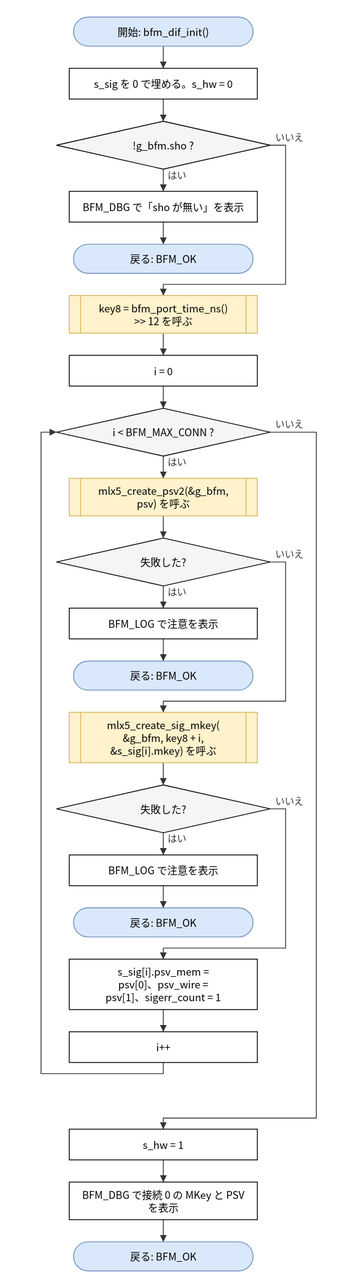
Above: doc/spec/images/flow_src_bfm_dif-bfm_dif_init.drawio.svg in hf355051012-ai/bfmem (draw.io), before the change. Source tidied: cells renumbered, new cells last; positions are measured from the earlier drawing's top-left corner, leaving out a move shared by most shapes.
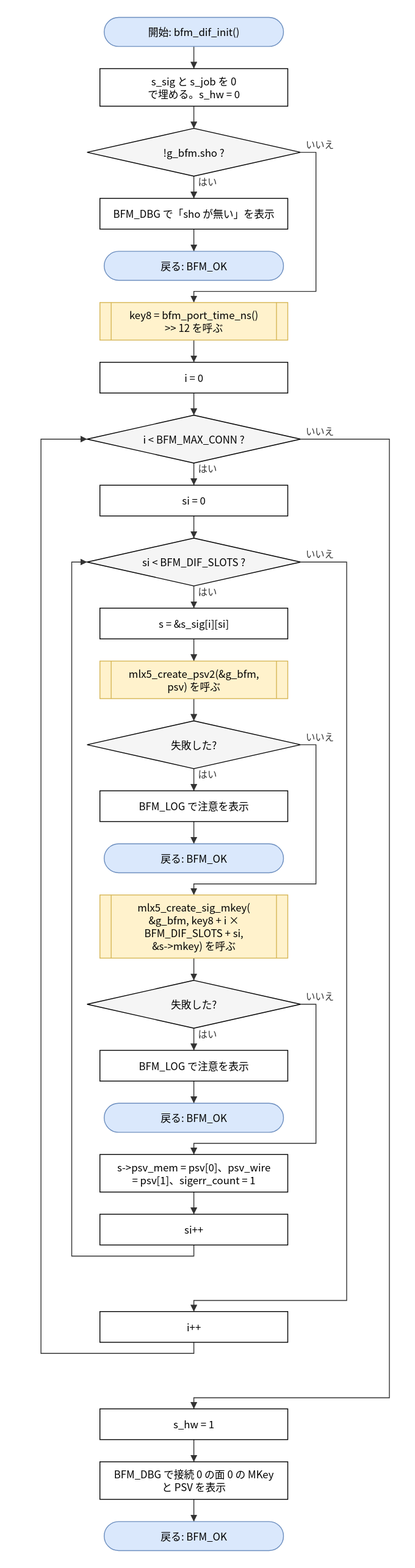
The same file after the commit.

Diff of the diagram source:
```diff
@@ -3,68 +3,80 @@
     <mxCell id="0" />
     <mxCell id="1" parent="0" />
     <mxCell id="2" value="開始: bfm_dif_init()" style="rounded=1;arcSize=50;whiteSpace=wrap;html=1;fillColor=#dae8fc;strokeColor=#6c8ebf;" parent="1" vertex="1">
-      <mxGeometry x="38" width="210" height="34" as="geometry" />
+      <mxGeometry x="74" width="210" height="34" as="geometry" />
     </mxCell>
-    <mxCell id="3" value="s_sig を 0 で埋める。s_hw = 0" style="rounded=0;whiteSpace=wrap;html=1;" parent="1" vertex="1">
-      <mxGeometry x="33" y="60" width="220" height="36" as="geometry" />
+    <mxCell id="3" value="s_sig と s_job を 0&lt;br&gt;で埋める。s_hw = 0" style="rounded=0;whiteSpace=wrap;html=1;" parent="1" vertex="1">
+      <mxGeometry x="69" y="60" width="220" height="44" as="geometry" />
     </mxCell>
     <mxCell id="4" value="!g_bfm.sho ?" style="rhombus;whiteSpace=wrap;html=1;fillColor=#f5f5f5;" parent="1" vertex="1">
-      <mxGeometry x="18" y="122" width="250" height="56" as="geometry" />
+      <mxGeometry x="54" y="130" width="250" height="56" as="geometry" />
     </mxCell>
     <mxCell id="5" value="BFM_DBG で「sho が無い」を表示" style="rounded=0;whiteSpace=wrap;html=1;" parent="1" vertex="1">
-      <mxGeometry x="33" y="204" width="220" height="36" as="geometry" />
+      <mxGeometry x="69" y="212" width="220" height="36" as="geometry" />
     </mxCell>
     <mxCell id="6" value="戻る: BFM_OK" style="rounded=1;arcSize=50;whiteSpace=wrap;html=1;fillColor=#dae8fc;strokeColor=#6c8ebf;" parent="1" vertex="1">
-      <mxGeometry x="38" y="266" width="210" height="34" as="geometry" />
+      <mxGeometry x="74" y="274" width="210" height="34" as="geometry" />
     </mxCell>
     <mxCell id="7" value="key8 = bfm_port_time_ns()&lt;br&gt;&amp;gt;&amp;gt; 12 を呼ぶ" style="shape=process;whiteSpace=wrap;html=1;backgroundOutline=1;size=0.06;fillColor=#fff2cc;strokeColor=#d6b656;" parent="1" vertex="1">
-      <mxGeometry x="33" y="326" width="220" height="44" as="geometry" />
+      <mxGeometry x="69" y="334" width="220" height="44" as="geometry" />
     </mxCell>
     <mxCell id="8" value="i = 0" style="rounded=0;whiteSpace=wrap;html=1;" parent="1" vertex="1">
-      <mxGeometry x="33" y="396" width="220" height="36" as="geometry" />
+      <mxGeometry x="69" y="404" width="220" height="36" as="geometry" />
     </mxCell>
     <mxCell id="9" value="i &amp;lt; BFM_MAX_CONN ?" style="rhombus;whiteSpace=wrap;html=1;fillColor=#f5f5f5;" parent="1" vertex="1">
-      <mxGeometry x="18" y="458" width="250" height="56" as="geometry" />
+      <mxGeometry x="54" y="466" width="250" height="56" as="geometry" />
     </mxCell>
-    <mxCell id="10" value="mlx5_create_psv2(&amp;amp;g_bfm,&lt;br&gt;psv) を呼ぶ" style="shape=process;whiteSpace=wrap;html=1;backgroundOutline=1;size=0.06;fillColor=#fff2cc;strokeColor=#d6b656;" parent="1" vertex="1">
-      <mxGeometry x="33" y="540" width="220" height="44" as="geometry" />
+    <mxCell id="10" value="si = 0" style="rounded=0;whiteSpace=wrap;html=1;" parent="1" vertex="1">
+      <mxGeometry x="69" y="548" width="220" height="36" as="geometry" />
     </mxCell>
-    <mxCell id="11" value="失敗した?" style="rhombus;whiteSpace=wrap;html=1;fillColor=#f5f5f5;" parent="1" vertex="1">
-      <mxGeometry x="18" y="610" width="250" height="56" as="geometry" />
+    <mxCell id="11" value="si &amp;lt; BFM_DIF_SLOTS ?" style="rhombus;whiteSpace=wrap;html=1;fillColor=#f5f5f5;" parent="1" vertex="1">
+      <mxGeometry x="54" y="610" width="250" height="56" as="geometry" />
     </mxCell>
-    <mxCell id="12" value="BFM_LOG で注意を表示" style="rounded=0;whiteSpace=wrap;html=1;" parent="1" vertex="1">
-      <mxGeometry x="33" y="692" width="220" height="36" as="geometry" />
+    <mxCell id="12" value="s = &amp;amp;s_sig[i][si]" style="rounded=0;whiteSpace=wrap;html=1;" parent="1" vertex="1">
+      <mxGeometry x="69" y="692" width="220" height="36" as="geometry" />
     </mxCell>
-    <mxCell id="13" value="戻る: BFM_OK" style="rounded=1;arcSize=50;whiteSpace=wrap;html=1;fillColor=#dae8fc;strokeColor=#6c8ebf;" parent="1" vertex="1">
-      <mxGeometry x="38" y="754" width="210" height="34" as="geometry" />
+    <mxCell id="13" value="mlx5_create_psv2(&amp;amp;g_bfm,&lt;br&gt;psv) を呼ぶ" style="shape=process;whiteSpace=wrap;html=1;backgroundOutline=1;size=0.06;fillColor=#fff2cc;strokeColor=#d6b656;" parent="1" vertex="1">
+      <mxGeometry x="69" y="754" width="220" height="44" as="geometry" />
     </mxCell>
-    <mxCell id="14" value="mlx5_create_sig_mkey(&lt;br&gt;&amp;amp;g_bfm, key8 + i,&lt;br&gt;&amp;amp;s_sig[i].mkey) を呼ぶ" style="shape=process;whiteSpace=wrap;html=1;backgroundOutline=1;size=0.06;fillColor=#fff2cc;strokeColor=#d6b656;" parent="1" vertex="1">
-      <mxGeometry x="33" y="814" width="220" height="59" as="geometry" />
+    <mxCell id="14" value="失敗した?" style="rhombus;whiteSpace=wrap;html=1;fillColor=#f5f5f5;" parent="1" vertex="1">
+      <mxGeometry x="54" y="824" width="250" height="56" as="geometry" />
     </mxCell>
-    <mxCell id="15" value="失敗した?" style="rhombus;whiteSpace=wrap;html=1;fillColor=#f5f5f5;" parent="1" vertex="1">
-      <mxGeometry x="18" y="899" width="250" height="56" as="geometry" />
+    <mxCell id="15" value="BFM_LOG で注意を表示" style="rounded=0;whiteSpace=wrap;html=1;" parent="1" vertex="1">
+      <mxGeometry x="69" y="906" width="220" height="36" as="geometry" />
     </mxCell>
-    <mxCell id="16" value="BFM_LOG で注意を表示" style="rounded=0;whiteSpace=wrap;html=1;" parent="1" vertex="1">
-      <mxGeometry x="33" y="981" width="220" height="36" as="geometry" />
+    <mxCell id="16" value="戻る: BFM_OK" style="rounded=1;arcSize=50;whiteSpace=wrap;html=1;fillColor=#dae8fc;strokeColor=#6c8ebf;" parent="1" vertex="1">
+      <mxGeometry x="74" y="968" width="210" height="34" as="geometry" />
     </mxCell>
-    <mxCell id="17" value="戻る: BFM_OK" style="rounded=1;arcSize=50;whiteSpace=wrap;html=1;fillColor=#dae8fc;strokeColor=#6c8ebf;" parent="1" vertex="1">
-      <mxGeometry x="38" y="1043" width="210" height="34" as="geometry" />
+    <mxCell id="17" value="mlx5_create_sig_mkey(&lt;br&gt;&amp;amp;g_bfm, key8 + i ×&lt;br&gt;BFM_DIF_SLOTS + si,&lt;br&gt;&amp;amp;s-&amp;gt;mkey) を呼ぶ" style="shape=process;whiteSpace=wrap;html=1;backgroundOutline=1;size=0.06;fillColor=#fff2cc;strokeColor=#d6b656;" parent="1" vertex="1">
+      <mxGeometry x="69" y="1028" width="220" height="74" as="geometry" />
     </mxCell>
-    <mxCell id="18" value="s_sig[i].psv_mem =&lt;br&gt;psv[0]、psv_wire =&lt;br&gt;psv[1]、sigerr_count = 1" style="rounded=0;whiteSpace=wrap;html=1;" parent="1" vertex="1">
-      <mxGeometry x="33" y="1103" width="220" height="59" as="geometry" />
+    <mxCell id="18" value="失敗した?" style="rhombus;whiteSpace=wrap;html=1;fillColor=#f5f5f5;" parent="1" vertex="1">
+      <mxGeometry x="54" y="1128" width="250" height="56" as="geometry" />
     </mxCell>
-    <mxCell id="19" value="i++" style="rounded=0;whiteSpace=wrap;html=1;" parent="1" vertex="1">
-      <mxGeometry x="33" y="1188" width="220" height="36" as="geometry" />
+    <mxCell id="19" value="BFM_LOG で注意を表示" style="rounded=0;whiteSpace=wrap;html=1;" parent="1" vertex="1">
+      <mxGeometry x="69" y="1210" width="220" height="36" as="geometry" />
     </mxCell>
-    <mxCell id="20" value="s_hw = 1" style="rounded=0;whiteSpace=wrap;html=1;" parent="1" vertex="1">
-      <mxGeometry x="33" y="1302" width="220" height="36" as="geometry" />
+    <mxCell id="20" value="戻る: BFM_OK" style="rounded=1;arcSize=50;whiteSpace=wrap;html=1;fillColor=#dae8fc;strokeColor=#6c8ebf;" parent="1" vertex="1">
+      <mxGeometry x="74" y="1272" width="210" height="34" as="geometry" />
     </mxCell>
-    <mxCell id="21" value="BFM_DBG で接続 0 の MKey と PSV&lt;br&gt;を表示" style="rounded=0;whiteSpace=wrap;html=1;" parent="1" vertex="1">
-      <mxGeometry x="33" y="1364" width="220" height="44" as="geometry" />
+    <mxCell id="21" value="s-&amp;gt;psv_mem = psv[0]、psv_wire&lt;br&gt;= psv[1]、sigerr_count = 1" style="rounded=0;whiteSpace=wrap;html=1;" parent="1" vertex="1">
+      <mxGeometry x="69" y="1332" width="220" height="44" as="geometry" />
     </mxCell>
-    <mxCell id="22" value="戻る: BFM_OK" style="rounded=1;arcSize=50;whiteSpace=wrap;html=1;fillColor=#dae8fc;strokeColor=#6c8ebf;" parent="1" vertex="1">
-      <mxGeometry x="38" y="1434" width="210" height="34" as="geometry" />
+    <mxCell id="22" value="si++" style="rounded=0;whiteSpace=wrap;html=1;" parent="1" vertex="1">
+      <mxGeometry x="69" y="1402" width="220" height="36" as="geometry" />
     </mxCell>
+    <mxCell id="44" value="i++" style="rounded=0;whiteSpace=wrap;html=1;" parent="1" vertex="1">
+      <mxGeometry x="69" y="1516" width="220" height="36" as="geometry" />
+    </mxCell>
+    <mxCell id="45" value="s_hw = 1" style="rounded=0;whiteSpace=wrap;html=1;" parent="1" vertex="1">
+      <mxGeometry x="69" y="1630" width="220" height="36" as="geometry" />
+    </mxCell>
+    <mxCell id="46" value="BFM_DBG で接続 0 の面 0 の MKey&lt;br&gt;と PSV を表示" style="rounded=0;whiteSpace=wrap;html=1;" parent="1" vertex="1">
+      <mxGeometry x="69" y="1692" width="220" height="44" as="geometry" />
+    </mxCell>
+    <mxCell id="47" value="戻る: BFM_OK" style="rounded=1;arcSize=50;whiteSpace=wrap;html=1;fillColor=#dae8fc;strokeColor=#6c8ebf;" parent="1" vertex="1">
+      <mxGeometry x="74" y="1762" width="210" height="34" as="geometry" />
+    </mxCell>
     <mxCell id="23" style="edgeStyle=none;html=1;rounded=0;endArrow=block;endFill=1;exitX=0.5000;exitY=1.0000;exitDx=0;exitDy=0;exitPerimeter=0;entryX=0.5000;entryY=0.0000;entryDx=0;entryDy=0;entryPerimeter=0;" parent="1" edge="1" source="2" target="3">
       <mxGeometry relative="1" as="geometry" />
     </mxCell>
@@ -80,9 +92,9 @@
     <mxCell id="27" value="いいえ" style="edgeStyle=none;html=1;rounded=0;endArrow=block;endFill=1;exitX=1.0000;exitY=0.5000;exitDx=0;exitDy=0;exitPerimeter=0;entryX=0.5000;entryY=0.0000;entryDx=0;entryDy=0;entryPerimeter=0;" parent="1" edge="1" source="4" target="7">
       <mxGeometry relative="1" as="geometry">
         <Array as="points">
-          <mxPoint x="286" y="150" />
-          <mxPoint x="286" y="313" />
-          <mxPoint x="143" y="313" />
+          <mxPoint x="322" y="158" />
+          <mxPoint x="322" y="321" />
+          <mxPoint x="179" y="321" />
         </Array>
       </mxGeometry>
     </mxCell>
@@ -104,59 +116,86 @@
     <mxCell id="33" style="edgeStyle=none;html=1;rounded=0;endArrow=block;endFill=1;exitX=0.5000;exitY=1.0000;exitDx=0;exitDy=0;exitPerimeter=0;entryX=0.5000;entryY=0.0000;entryDx=0;entryDy=0;entryPerimeter=0;" parent="1" edge="1" source="12" target="13">
       <mxGeometry relative="1" as="geometry" />
     </mxCell>
-    <mxCell id="34" value="いいえ" style="edgeStyle=none;html=1;rounded=0;endArrow=block;endFill=1;exitX=1.0000;exitY=0.5000;exitDx=0;exitDy=0;exitPerimeter=0;entryX=0.5000;entryY=0.0000;entryDx=0;entryDy=0;entryPerimeter=0;" parent="1" edge="1" source="11" target="14">
-      <mxGeometry relative="1" as="geometry">
-        <Array as="points">
-          <mxPoint x="286" y="638" />
-          <mxPoint x="286" y="801" />
-          <mxPoint x="143" y="801" />
-        </Array>
-      </mxGeometry>
+    <mxCell id="34" style="edgeStyle=none;html=1;rounded=0;endArrow=block;endFill=1;exitX=0.5000;exitY=1.0000;exitDx=0;exitDy=0;exitPerimeter=0;entryX=0.5000;entryY=0.0000;entryDx=0;entryDy=0;entryPerimeter=0;" parent="1" edge="1" source="13" target="14">
+      <mxGeometry relative="1" as="geometry" />
     </mxCell>
-    <mxCell id="35" style="edgeStyle=none;html=1;rounded=0;endArrow=block;endFill=1;exitX=0.5000;exitY=1.0000;exitDx=0;exitDy=0;exitPerimeter=0;entryX=0.5000;entryY=0.0000;entryDx=0;entryDy=0;entryPerimeter=0;" parent="1" edge="1" source="14" target="15">
+    <mxCell id="35" value="はい" style="edgeStyle=none;html=1;rounded=0;endArrow=block;endFill=1;exitX=0.5000;exitY=1.0000;exitDx=0;exitDy=0;exitPerimeter=0;entryX=0.5000;entryY=0.0000;entryDx=0;entryDy=0;entryPerimeter=0;" parent="1" edge="1" source="14" target="15">
       <mxGeometry relative="1" as="geometry" />
     </mxCell>
-    <mxCell id="36" value="はい" style="edgeStyle=none;html=1;rounded=0;endArrow=block;endFill=1;exitX=0.5000;exitY=1.0000;exitDx=0;exitDy=0;exitPerimeter=0;entryX=0.5000;entryY=0.0000;entryDx=0;entryDy=0;entryPerimeter=0;" parent="1" edge="1" source="15" target="16">
+    <mxCell id="36" style="edgeStyle=none;html=1;rounded=0;endArrow=block;endFill=1;exitX=0.5000;exitY=1.0000;exitDx=0;exitDy=0;exitPerimeter=0;entryX=0.5000;entryY=0.0000;entryDx=0;entryDy=0;entryPerimeter=0;" parent="1" edge="1" source="15" target="16">
       <mxGeometry relative="1" as="geometry" />
     </mxCell>
-    <mxCell id="37" style="edgeStyle=none;html=1;rounded=0;endArrow=block;endFill=1;exitX=0.5000;exitY=1.0000;exitDx=0;exitDy=0;exitPerimeter=0;entryX=0.5000;entryY=0.0000;entryDx=0;entryDy=0;entryPerimeter=0;" parent="1" edge="1" source="16" target="17">
-      <mxGeometry relative="1" as="geometry" />
+    <mxCell id="37" value="いいえ" style="edgeStyle=none;html=1;rounded=0;endArrow=block;endFill=1;exitX=1.0000;exitY=0.5000;exitDx=0;exitDy=0;exitPerimeter=0;entryX=0.5000;entryY=0.0000;entryDx=0;entryDy=0;entryPerimeter=0;" parent="1" edge="1" source="14" target="17">
+      <mxGeometry relative="1" as="geometry">
+        <Array as="points">
+          <mxPoint x="322" y="852" />
+          <mxPoint x="322" y="1015" />
+          <mxPoint x="179" y="1015" />
+        </Array>
+      </mxGeometry>
     </mxCell>
-    <mxCell id="38" value="いいえ" style="edgeStyle=none;html=1;rounded=0;endArrow=block;endFill=1;exitX=1.0000;exitY=0.5000;exitDx=0;exitDy=0;exitPerimeter=0;entryX=0.5000;entryY=0.0000;entryDx=0;entryDy=0;entryPerimeter=0;" parent="1" edge="1" source="15" target="18">
-      <mxGeometry relative="1" as="geometry">
-        <Array as="points">
-          <mxPoint x="286" y="927" />
-          <mxPoint x="286" y="1090" />
-          <mxPoint x="143" y="1090" />
-        </Array>
-      </mxGeometry>
+    <mxCell id="38" style="edgeStyle=none;html=1;rounded=0;endArrow=block;endFill=1;exitX=0.5000;exitY=1.0000;exitDx=0;exitDy=0;exitPerimeter=0;entryX=0.5000;entryY=0.0000;entryDx=0;entryDy=0;entryPerimeter=0;" parent="1" edge="1" source="17" target="18">
+      <mxGeometry relative="1" as="geometry" />
     </mxCell>
-    <mxCell id="39" style="edgeStyle=none;html=1;rounded=0;endArrow=block;endFill=1;exitX=0.5000;exitY=1.0000;exitDx=0;exitDy=0;exitPerimeter=0;entryX=0.5000;entryY=0.0000;entryDx=0;entryDy=0;entryPerimeter=0;" parent="1" edge="1" source="18" target="19">
+    <mxCell id="39" value="はい" style="edgeStyle=none;html=1;rounded=0;endArrow=block;endFill=1;exitX=0.5000;exitY=1.0000;exitDx=0;exitDy=0;exitPerimeter=0;entryX=0.5000;entryY=0.0000;entryDx=0;entryDy=0;entryPerimeter=0;" parent="1" edge="1" source="18" target="19">
       <mxGeometry relative="1" as="geometry" />
     </mxCell>
-    <mxCell id="40" style="edgeStyle=none;html=1;rounded=0;endArrow=block;endFill=1;exitX=0.5000;exitY=1.0000;exitDx=0;exitDy=0;exitPerimeter=0;entryX=0.0000;entryY=0.5000;entryDx=0;entryDy=0;entryPerimeter=0;" parent="1" edge="1" source="19" target="9">
-      <mxGeometry relative="1" as="geometry">
-        <Array as="points">
-          <mxPoint x="143" y="1237" />
-          <mxPoint y="1237" />
-          <mxPoint y="486" />
-        </Array>
-      </mxGeometry>
+    <mxCell id="40" style="edgeStyle=none;html=1;rounded=0;endArrow=block;endFill=1;exitX=0.5000;exitY=1.0000;exitDx=0;exitDy=0;exitPerimeter=0;entryX=0.5000;entryY=0.0000;entryDx=0;entryDy=0;entryPerimeter=0;" parent="1" edge="1" source="19" target="20">
+      <mxGeometry relative="1" as="geometry" />
     </mxCell>
-    <mxCell id="41" value="いいえ" style="edgeStyle=none;html=1;rounded=0;endArrow=block;endFill=1;exitX=1.0000;exitY=0.5000;exitDx=0;exitDy=0;exitPerimeter=0;entryX=0.5000;entryY=0.0000;entryDx=0;entryDy=0;entryPerimeter=0;" parent="1" edge="1" source="9" target="20">
+    <mxCell id="41" value="いいえ" style="edgeStyle=none;html=1;rounded=0;endArrow=block;endFill=1;exitX=1.0000;exitY=0.5000;exitDx=0;exitDy=0;exitPerimeter=0;entryX=0.5000;entryY=0.0000;entryDx=0;entryDy=0;entryPerimeter=0;" parent="1" edge="1" source="18" target="21">
       <mxGeometry relative="1" as="geometry">
         <Array as="points">
-          <mxPoint x="322" y="486" />
-          <mxPoint x="322" y="1289" />
-          <mxPoint x="143" y="1289" />
+          <mxPoint x="322" y="1156" />
+          <mxPoint x="322" y="1319" />
+          <mxPoint x="179" y="1319" />
         </Array>
       </mxGeometry>
     </mxCell>
-    <mxCell id="42" style="edgeStyle=none;html=1;rounded=0;endArrow=block;endFill=1;exitX=0.5000;exitY=1.0000;exitDx=0;exitDy=0;exitPerimeter=0;entryX=0.5000;entryY=0.0000;entryDx=0;entryDy=0;entryPerimeter=0;" parent="1" edge="1" source="20" target="21">
+    <mxCell id="42" style="edgeStyle=none;html=1;rounded=0;endArrow=block;endFill=1;exitX=0.5000;exitY=1.0000;exitDx=0;exitDy=0;exitPerimeter=0;entryX=0.5000;entryY=0.0000;entryDx=0;entryDy=0;entryPerimeter=0;" parent="1" edge="1" source="21" target="22">
       <mxGeometry relative="1" as="geometry" />
     </mxCell>
-    <mxCell id="43" style="edgeStyle=none;html=1;rounded=0;endArrow=block;endFill=1;exitX=0.5000;exitY=1.0000;exitDx=0;exitDy=0;exitPerimeter=0;entryX=0.5000;entryY=0.0000;entryDx=0;entryDy=0;entryPerimeter=0;" parent="1" edge="1" source="21" target="22">
-      <mxGeometry relative="1" as="geometry" />
+    <mxCell id="43" style="edgeStyle=none;html=1;rounded=0;endArrow=block;endFill=1;exitX=0.5000;exitY=1.0000;exitDx=0;exitDy=0;exitPerimeter=0;entryX=0.0000;entryY=0.5000;entryDx=0;entryDy=0;entryPerimeter=0;" parent="1" edge="1" source="22" target="11">
+      <mxGeometry relative="1" as="geometry">
+        <Array as="points">
+          <mxPoint x="179" y="1451" />
+          <mxPoint x="36" y="1451" />
+          <mxPoint x="36" y="638" />
+        </Array>
+      </mxGeometry>
     </mxCell>
+    <mxCell id="48" value="いいえ" style="edgeStyle=none;html=1;rounded=0;endArrow=block;endFill=1;exitX=1.0000;exitY=0.5000;exitDx=0;exitDy=0;exitPerimeter=0;entryX=0.5000;entryY=0.0000;entryDx=0;entryDy=0;entryPerimeter=0;" parent="1" edge="1" source="11" target="44">
+      <mxGeometry relative="1" as="geometry">
+        <Array as="points">
+          <mxPoint x="358" y="638" />
+          <mxPoint x="358" y="1503" />
+          <mxPoint x="179" y="1503" />
+        </Array>
+      </mxGeometry>
+    </mxCell>
+    <mxCell id="49" style="edgeStyle=none;html=1;rounded=0;endArrow=block;endFill=1;exitX=0.5000;exitY=1.0000;exitDx=0;exitDy=0;exitPerimeter=0;entryX=0.0000;entryY=0.5000;entryDx=0;entryDy=0;entryPerimeter=0;" parent="1" edge="1" source="44" target="9">
+      <mxGeometry relative="1" as="geometry">
+        <Array as="points">
+          <mxPoint x="179" y="1565" />
+          <mxPoint y="1565" />
+          <mxPoint y="494" />
+        </Array>
+      </mxGeometry>
+    </mxCell>
+    <mxCell id="50" value="いいえ" style="edgeStyle=none;html=1;rounded=0;endArrow=block;endFill=1;exitX=1.0000;exitY=0.5000;exitDx=0;exitDy=0;exitPerimeter=0;entryX=0.5000;entryY=0.0000;entryDx=0;entryDy=0;entryPerimeter=0;" parent="1" edge="1" source="9" target="45">
+      <mxGeometry relative="1" as="geometry">
+        <Array as="points">
+          <mxPoint x="408" y="494" />
+          <mxPoint x="408" y="1617" />
+          <mxPoint x="179" y="1617" />
+        </Array>
+      </mxGeometry>
+    </mxCell>
+    <mxCell id="51" style="edgeStyle=none;html=1;rounded=0;endArrow=block;endFill=1;exitX=0.5000;exitY=1.0000;exitDx=0;exitDy=0;exitPerimeter=0;entryX=0.5000;entryY=0.0000;entryDx=0;entryDy=0;entryPerimeter=0;" parent="1" edge="1" source="45" target="46">
+      <mxGeometry relative="1" as="geometry" />
+    </mxCell>
+    <mxCell id="52" style="edgeStyle=none;html=1;rounded=0;endArrow=block;endFill=1;exitX=0.5000;exitY=1.0000;exitDx=0;exitDy=0;exitPerimeter=0;entryX=0.5000;entryY=0.0000;entryDx=0;entryDy=0;entryPerimeter=0;" parent="1" edge="1" source="46" target="47">
+      <mxGeometry relative="1" as="geometry" />
+    </mxCell>
   </root>
 </mxGraphModel>
```
